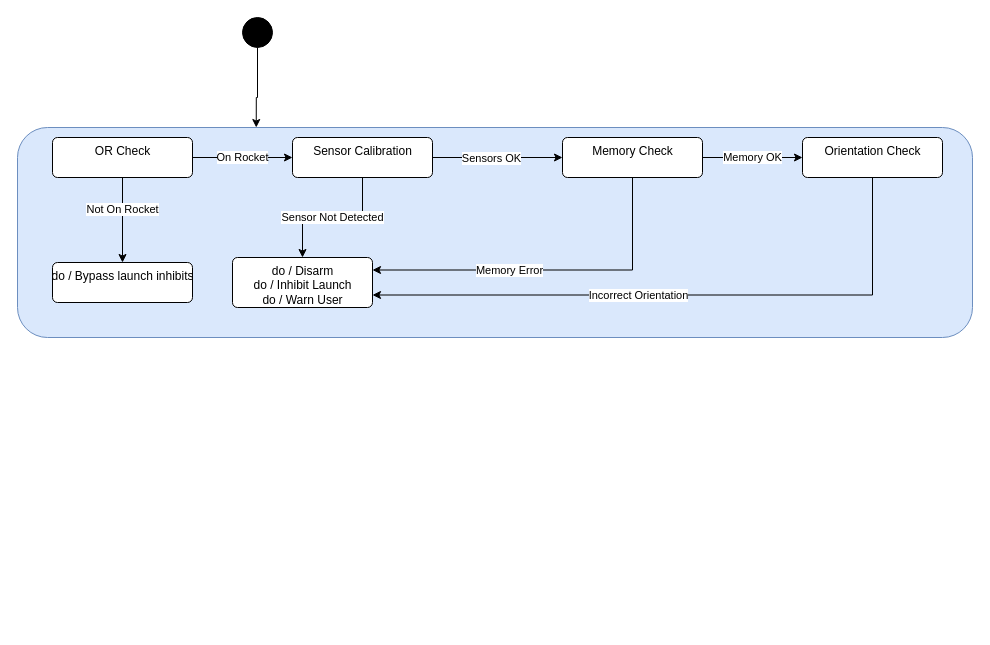
ckeer0/Personal-Projects keeps this draw.io diagram as page "State Diagram" (4 of 4) of Untitled Diagram.drawio. Above is the earlier version. Source tidied: cells renumbered, new cells numbered last; positions are measured from the earlier drawing's top-left corner, leaving out a move shared by most shapes. Both pictures are drawn from the tidied source at 100%, with x=0, y=0 at pixel (17, 17).
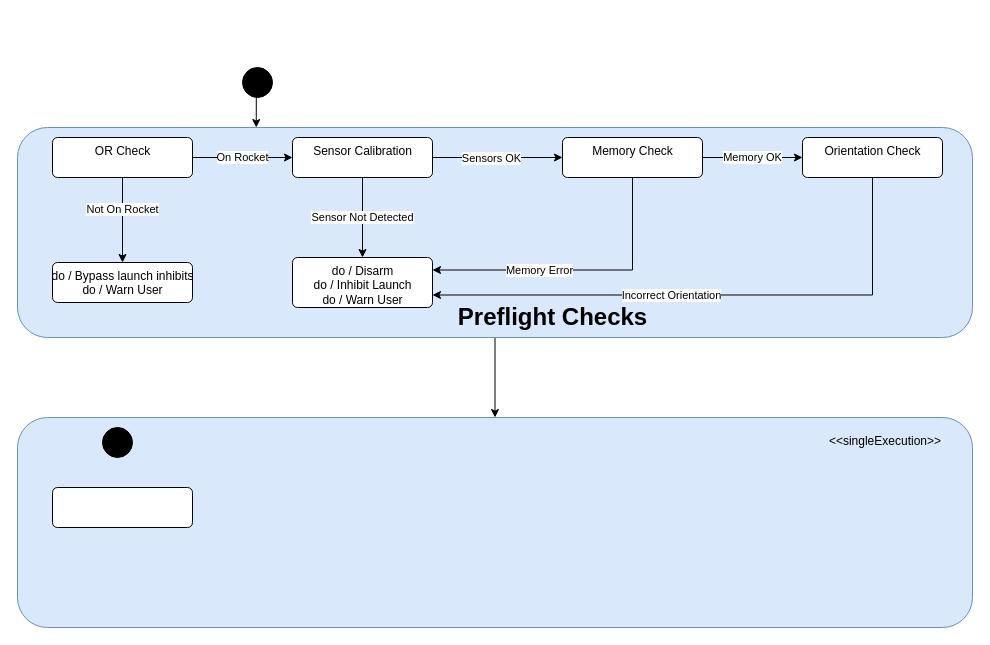
After the change.

The change refers to these unchanged cells:
```xml
<mxCell id="2" value="&amp;lt;&amp;lt;singleExecution&amp;gt;&amp;gt;" style="html=1;align=right;verticalAlign=top;rounded=1;absoluteArcSize=1;arcSize=60;dashed=0;spacingTop=10;spacingRight=30;fillColor=#dae8fc;strokeColor=#6c8ebf;" parent="1" vertex="1">
  <mxGeometry y="110" width="955" height="210" as="geometry" />
</mxCell>
```

What changed in the source:
```diff
@@
+    <mxCell id="22" value="&amp;lt;&amp;lt;singleExecution&amp;gt;&amp;gt;" style="html=1;align=right;verticalAlign=top;rounded=1;absoluteArcSize=1;arcSize=60;dashed=0;spacingTop=10;spacingRight=30;fillColor=#dae8fc;strokeColor=#6c8ebf;" parent="1" vertex="1">
+      <mxGeometry y="400" width="955" height="210" as="geometry" />
+    </mxCell>
+    <mxCell id="23" style="edgeStyle=orthogonalEdgeStyle;rounded=0;jettySize=auto;html=1;exitX=0.5;exitY=1;exitDx=0;exitDy=0;entryX=0.5;entryY=0;entryDx=0;entryDy=0;" parent="1" edge="1" source="2" target="22">
+      <mxGeometry relative="1" as="geometry" />
+    </mxCell>
@@
     <mxCell id="8" style="ellipse;fillColor=strokeColor;" parent="1" vertex="1">
-      <mxGeometry x="225" width="30" height="30" as="geometry" />
+      <mxGeometry x="225" y="50" width="30" height="30" as="geometry" />
     </mxCell>
     <mxCell id="9" value="do / Disarm&lt;br&gt;do / Inhibit Launch&lt;br&gt;do / Warn User" style="html=1;align=center;verticalAlign=top;rounded=1;absoluteArcSize=1;arcSize=10;dashed=0;" parent="1" vertex="1">
-      <mxGeometry x="215" y="240" width="140" height="50" as="geometry" />
+      <mxGeometry x="275" y="240" width="140" height="50" as="geometry" />
     </mxCell>
@@
-    <mxCell id="21" value="do / Bypass launch inhibits" style="html=1;align=center;verticalAlign=top;rounded=1;absoluteArcSize=1;arcSize=10;dashed=0;" parent="1" vertex="1">
+    <mxCell id="21" value="do / Bypass launch inhibits&lt;br&gt;do / Warn User" style="html=1;align=center;verticalAlign=top;rounded=1;absoluteArcSize=1;arcSize=10;dashed=0;" parent="1" vertex="1">
       <mxGeometry x="35" y="245" width="140" height="40" as="geometry" />
     </mxCell>
+    <mxCell id="24" style="html=1;align=center;verticalAlign=top;rounded=1;absoluteArcSize=1;arcSize=10;dashed=0;" parent="1" vertex="1">
+      <mxGeometry x="35" y="470" width="140" height="40" as="geometry" />
+    </mxCell>
+    <mxCell id="25" value="Preflight Checks" style="text;strokeColor=none;fillColor=none;html=1;fontSize=24;fontStyle=1;verticalAlign=middle;align=center;" parent="1" vertex="1">
+      <mxGeometry x="485" y="280" width="100" height="40" as="geometry" />
+    </mxCell>
+    <mxCell id="26" style="ellipse;fillColor=strokeColor;" parent="1" vertex="1">
+      <mxGeometry x="85" y="410" width="30" height="30" as="geometry" />
+    </mxCell>
```
